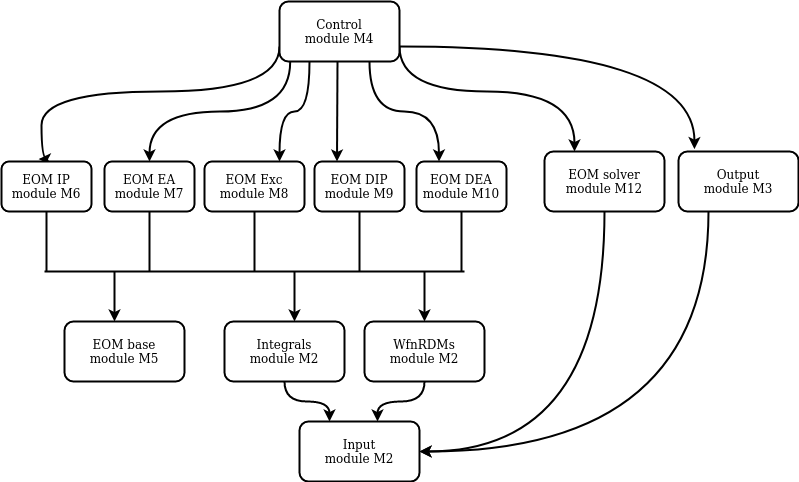
The draw.io diagram docs/Design/MG/UsesHierarchy.png in gabrielasd/pyeom, before a commit. Source tidied: cells renumbered, new cells last; positions are measured from the earlier drawing's top-left corner, leaving out a move shared by most shapes. Its diagram source:
```xml
<mxGraphModel>
  <root>
    <mxCell id="0" />
    <mxCell id="1" parent="0" />
    <mxCell id="2" style="edgeStyle=orthogonalEdgeStyle;curved=1;rounded=0;jettySize=auto;html=1;exitX=0;exitY=0.75;exitDx=0;exitDy=0;entryX=0.413;entryY=-0.049;entryDx=0;entryDy=0;entryPerimeter=0;strokeWidth=2;fontFamily=Comic Sans MS;" parent="1" edge="1" source="9" target="15">
      <mxGeometry relative="1" as="geometry">
        <Array as="points">
          <mxPoint x="278" y="90" />
          <mxPoint x="40" y="90" />
        </Array>
      </mxGeometry>
    </mxCell>
    <mxCell id="3" style="edgeStyle=orthogonalEdgeStyle;curved=1;rounded=0;jettySize=auto;html=1;exitX=0.089;exitY=1.007;exitDx=0;exitDy=0;entryX=0.5;entryY=0;entryDx=0;entryDy=0;strokeWidth=2;fontFamily=Comic Sans MS;exitPerimeter=0;" parent="1" edge="1" source="9" target="17">
      <mxGeometry relative="1" as="geometry" />
    </mxCell>
    <mxCell id="4" style="edgeStyle=orthogonalEdgeStyle;curved=1;rounded=0;jettySize=auto;html=1;exitX=0.25;exitY=1;exitDx=0;exitDy=0;entryX=0.75;entryY=0;entryDx=0;entryDy=0;strokeWidth=2;fontFamily=Comic Sans MS;" parent="1" edge="1" source="9" target="19">
      <mxGeometry relative="1" as="geometry" />
    </mxCell>
    <mxCell id="5" style="edgeStyle=orthogonalEdgeStyle;curved=1;rounded=0;jettySize=auto;html=1;entryX=0.25;entryY=0;entryDx=0;entryDy=0;strokeWidth=2;fontFamily=Comic Sans MS;" parent="1" edge="1" target="22">
      <mxGeometry relative="1" as="geometry">
        <mxPoint x="336" y="60" as="sourcePoint" />
        <Array as="points">
          <mxPoint x="336" y="60" />
        </Array>
      </mxGeometry>
    </mxCell>
    <mxCell id="6" style="edgeStyle=orthogonalEdgeStyle;curved=1;rounded=0;jettySize=auto;html=1;exitX=0.75;exitY=1;exitDx=0;exitDy=0;entryX=0.25;entryY=0;entryDx=0;entryDy=0;strokeWidth=2;fontFamily=Comic Sans MS;" parent="1" edge="1" source="9" target="24">
      <mxGeometry relative="1" as="geometry" />
    </mxCell>
    <mxCell id="7" style="edgeStyle=orthogonalEdgeStyle;curved=1;rounded=0;jettySize=auto;html=1;exitX=1;exitY=0.75;exitDx=0;exitDy=0;entryX=0.25;entryY=0;entryDx=0;entryDy=0;strokeWidth=2;fontFamily=Comic Sans MS;" parent="1" edge="1" source="9" target="25">
      <mxGeometry relative="1" as="geometry">
        <Array as="points">
          <mxPoint x="398" y="90" />
          <mxPoint x="573" y="90" />
        </Array>
      </mxGeometry>
    </mxCell>
    <mxCell id="8" style="edgeStyle=orthogonalEdgeStyle;curved=1;rounded=0;jettySize=auto;html=1;exitX=1;exitY=0.75;exitDx=0;exitDy=0;entryX=0.133;entryY=-0.04;entryDx=0;entryDy=0;strokeWidth=2;fontFamily=Comic Sans MS;entryPerimeter=0;" parent="1" edge="1" source="9" target="13">
      <mxGeometry relative="1" as="geometry" />
    </mxCell>
    <mxCell id="9" value="&lt;div&gt;Control&lt;/div&gt;&lt;div&gt;module M4&lt;br&gt;&lt;/div&gt;" style="rounded=1;whiteSpace=wrap;html=1;fontFamily=Comic Sans MS;strokeWidth=2;" parent="1" vertex="1">
      <mxGeometry x="278" width="120" height="60" as="geometry" />
    </mxCell>
    <mxCell id="10" style="edgeStyle=orthogonalEdgeStyle;curved=1;rounded=0;jettySize=auto;html=1;exitX=1;exitY=0.5;exitDx=0;exitDy=0;entryX=0.25;entryY=1;entryDx=0;entryDy=0;endArrow=none;endFill=0;strokeWidth=2;startArrow=classic;startFill=1;" parent="1" edge="1" source="12" target="13">
      <mxGeometry relative="1" as="geometry" />
    </mxCell>
    <mxCell id="11" style="edgeStyle=orthogonalEdgeStyle;curved=1;rounded=0;jettySize=auto;html=1;entryX=0.5;entryY=1;entryDx=0;entryDy=0;startArrow=classic;startFill=1;endArrow=none;endFill=0;strokeWidth=2;" parent="1" edge="1" source="12" target="25">
      <mxGeometry relative="1" as="geometry" />
    </mxCell>
    <mxCell id="12" value="&lt;div&gt;Input&lt;/div&gt;&lt;div&gt;module M2&lt;br&gt;&lt;/div&gt;" style="rounded=1;whiteSpace=wrap;html=1;strokeWidth=2;fontFamily=Comic Sans MS;" parent="1" vertex="1">
      <mxGeometry x="298" y="420" width="120" height="60" as="geometry" />
    </mxCell>
    <mxCell id="13" value="&lt;div&gt;Output&lt;/div&gt;&lt;div&gt;module M3&lt;br&gt;&lt;/div&gt;" style="rounded=1;whiteSpace=wrap;html=1;strokeWidth=2;fontFamily=Comic Sans MS;" parent="1" vertex="1">
      <mxGeometry x="677" y="150" width="120" height="60" as="geometry" />
    </mxCell>
    <mxCell id="14" style="edgeStyle=none;rounded=0;jettySize=auto;html=1;exitX=0.5;exitY=1;exitDx=0;exitDy=0;endArrow=none;endFill=0;strokeWidth=2;" parent="1" edge="1" source="15">
      <mxGeometry relative="1" as="geometry">
        <mxPoint x="45" y="270" as="targetPoint" />
      </mxGeometry>
    </mxCell>
    <mxCell id="15" value="&lt;div&gt;EOM IP&lt;br&gt;&lt;/div&gt;&lt;div&gt;module M6&lt;/div&gt;" style="rounded=1;whiteSpace=wrap;html=1;strokeWidth=2;fontFamily=Comic Sans MS;" parent="1" vertex="1">
      <mxGeometry y="160" width="90" height="50" as="geometry" />
    </mxCell>
    <mxCell id="16" style="edgeStyle=none;rounded=0;jettySize=auto;html=1;exitX=0.5;exitY=1;exitDx=0;exitDy=0;endArrow=none;endFill=0;strokeWidth=2;" parent="1" edge="1" source="17">
      <mxGeometry relative="1" as="geometry">
        <mxPoint x="148" y="270" as="targetPoint" />
      </mxGeometry>
    </mxCell>
    <mxCell id="17" value="&lt;div&gt;EOM EA&lt;br&gt;&lt;/div&gt;&lt;div&gt;module M7&lt;/div&gt;" style="rounded=1;whiteSpace=wrap;html=1;strokeWidth=2;fontFamily=Comic Sans MS;" parent="1" vertex="1">
      <mxGeometry x="103" y="160" width="90" height="50" as="geometry" />
    </mxCell>
    <mxCell id="18" style="edgeStyle=none;rounded=0;jettySize=auto;html=1;exitX=0.5;exitY=1;exitDx=0;exitDy=0;endArrow=none;endFill=0;strokeWidth=2;" parent="1" edge="1" source="19">
      <mxGeometry relative="1" as="geometry">
        <mxPoint x="253" y="270" as="targetPoint" />
      </mxGeometry>
    </mxCell>
    <mxCell id="19" value="&lt;div&gt;EOM Exc&lt;br&gt;&lt;/div&gt;&lt;div&gt;module M8&lt;br&gt;&lt;/div&gt;" style="rounded=1;whiteSpace=wrap;html=1;strokeWidth=2;fontFamily=Comic Sans MS;" parent="1" vertex="1">
      <mxGeometry x="203" y="160" width="100" height="50" as="geometry" />
    </mxCell>
    <mxCell id="20" value="&lt;div&gt;EOM base&lt;br&gt;&lt;/div&gt;&lt;div&gt;module M5&lt;br&gt;&lt;/div&gt;" style="rounded=1;whiteSpace=wrap;html=1;strokeWidth=2;fontFamily=Comic Sans MS;" parent="1" vertex="1">
      <mxGeometry x="63" y="320" width="120" height="60" as="geometry" />
    </mxCell>
    <mxCell id="21" style="edgeStyle=none;rounded=0;jettySize=auto;html=1;exitX=0.5;exitY=1;exitDx=0;exitDy=0;endArrow=none;endFill=0;strokeWidth=2;" parent="1" edge="1" source="22">
      <mxGeometry relative="1" as="geometry">
        <mxPoint x="358" y="270" as="targetPoint" />
      </mxGeometry>
    </mxCell>
    <mxCell id="22" value="&lt;div&gt;EOM DIP&lt;br&gt;&lt;/div&gt;&lt;div&gt;module M9&lt;/div&gt;" style="rounded=1;whiteSpace=wrap;html=1;strokeWidth=2;fontFamily=Comic Sans MS;" parent="1" vertex="1">
      <mxGeometry x="313" y="160" width="90" height="50" as="geometry" />
    </mxCell>
    <mxCell id="23" style="edgeStyle=none;rounded=0;jettySize=auto;html=1;strokeWidth=2;endArrow=none;endFill=0;" parent="1" edge="1" source="24">
      <mxGeometry relative="1" as="geometry">
        <mxPoint x="460" y="270" as="targetPoint" />
      </mxGeometry>
    </mxCell>
    <mxCell id="24" value="&lt;div&gt;EOM DEA&lt;br&gt;&lt;/div&gt;&lt;div&gt;module M10&lt;/div&gt;" style="rounded=1;whiteSpace=wrap;html=1;strokeWidth=2;fontFamily=Comic Sans MS;" parent="1" vertex="1">
      <mxGeometry x="415" y="160" width="90" height="50" as="geometry" />
    </mxCell>
    <mxCell id="25" value="&lt;div&gt;EOM solver&lt;br&gt;&lt;/div&gt;&lt;div&gt;module M12&lt;br&gt;&lt;/div&gt;" style="rounded=1;whiteSpace=wrap;html=1;strokeWidth=2;fontFamily=Comic Sans MS;" parent="1" vertex="1">
      <mxGeometry x="543" y="150" width="120" height="60" as="geometry" />
    </mxCell>
    <mxCell id="26" style="edgeStyle=orthogonalEdgeStyle;curved=1;rounded=0;jettySize=auto;html=1;entryX=0.25;entryY=0;entryDx=0;entryDy=0;endArrow=classic;endFill=1;strokeWidth=2;" parent="1" edge="1" source="27" target="12">
      <mxGeometry relative="1" as="geometry" />
    </mxCell>
    <mxCell id="27" value="&lt;div&gt;Integrals&lt;/div&gt;&lt;div&gt;module M2&lt;br&gt;&lt;/div&gt;" style="rounded=1;whiteSpace=wrap;html=1;strokeWidth=2;fontFamily=Comic Sans MS;" parent="1" vertex="1">
      <mxGeometry x="223" y="320" width="120" height="60" as="geometry" />
    </mxCell>
    <mxCell id="28" style="edgeStyle=orthogonalEdgeStyle;curved=1;rounded=0;jettySize=auto;html=1;entryX=0.65;entryY=0;entryDx=0;entryDy=0;entryPerimeter=0;endArrow=classic;endFill=1;strokeWidth=2;" parent="1" edge="1" source="29" target="12">
      <mxGeometry relative="1" as="geometry" />
    </mxCell>
    <mxCell id="29" value="&lt;div&gt;WfnRDMs&lt;br&gt;&lt;/div&gt;&lt;div&gt;module M2&lt;br&gt;&lt;/div&gt;" style="rounded=1;whiteSpace=wrap;html=1;strokeWidth=2;fontFamily=Comic Sans MS;" parent="1" vertex="1">
      <mxGeometry x="363" y="320" width="120" height="60" as="geometry" />
    </mxCell>
    <mxCell id="30" style="endArrow=none;html=1;strokeWidth=2;" parent="1" edge="1">
      <mxGeometry relative="1" as="geometry">
        <mxPoint x="43" y="270" as="sourcePoint" />
        <mxPoint x="463" y="270" as="targetPoint" />
      </mxGeometry>
    </mxCell>
    <mxCell id="31" style="endArrow=classic;html=1;strokeWidth=2;entryX=0.5;entryY=0;entryDx=0;entryDy=0;" parent="1" edge="1" target="29">
      <mxGeometry relative="1" as="geometry">
        <mxPoint x="423" y="270" as="sourcePoint" />
      </mxGeometry>
    </mxCell>
    <mxCell id="32" style="endArrow=classic;html=1;strokeWidth=2;entryX=0.5;entryY=0;entryDx=0;entryDy=0;" parent="1" edge="1">
      <mxGeometry relative="1" as="geometry">
        <mxPoint x="293" y="270" as="sourcePoint" />
        <mxPoint x="293" y="320" as="targetPoint" />
      </mxGeometry>
    </mxCell>
    <mxCell id="33" style="endArrow=classic;html=1;strokeWidth=2;entryX=0.5;entryY=0;entryDx=0;entryDy=0;" parent="1" edge="1">
      <mxGeometry relative="1" as="geometry">
        <mxPoint x="113" y="270" as="sourcePoint" />
        <mxPoint x="113" y="320" as="targetPoint" />
      </mxGeometry>
    </mxCell>
  </root>
</mxGraphModel>
```
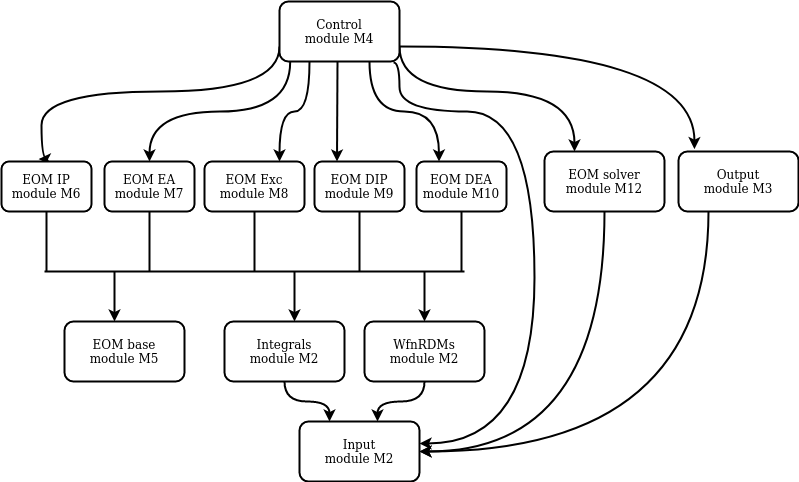
The same diagram one commit later.

Commit message:
Add missing line in Uses hierarchy graph.

What changed in the source:
```diff
@@ -38,6 +38,16 @@
     <mxCell id="8" style="edgeStyle=orthogonalEdgeStyle;curved=1;rounded=0;jettySize=auto;html=1;exitX=1;exitY=0.75;exitDx=0;exitDy=0;entryX=0.133;entryY=-0.04;entryDx=0;entryDy=0;strokeWidth=2;fontFamily=Comic Sans MS;entryPerimeter=0;" parent="1" edge="1" source="9" target="13">
       <mxGeometry relative="1" as="geometry" />
     </mxCell>
+    <mxCell id="34" style="edgeStyle=orthogonalEdgeStyle;curved=1;rounded=0;jettySize=auto;html=1;entryX=1;entryY=0.367;entryDx=0;entryDy=0;entryPerimeter=0;strokeWidth=2;exitX=0.95;exitY=1.017;exitDx=0;exitDy=0;exitPerimeter=0;" parent="1" edge="1" source="9" target="12">
+      <mxGeometry relative="1" as="geometry">
+        <Array as="points">
+          <mxPoint x="398" y="61" />
+          <mxPoint x="398" y="110" />
+          <mxPoint x="533" y="110" />
+          <mxPoint x="533" y="442" />
+        </Array>
+      </mxGeometry>
+    </mxCell>
     <mxCell id="9" value="&lt;div&gt;Control&lt;/div&gt;&lt;div&gt;module M4&lt;br&gt;&lt;/div&gt;" style="rounded=1;whiteSpace=wrap;html=1;fontFamily=Comic Sans MS;strokeWidth=2;" parent="1" vertex="1">
       <mxGeometry x="278" width="120" height="60" as="geometry" />
     </mxCell>
```
